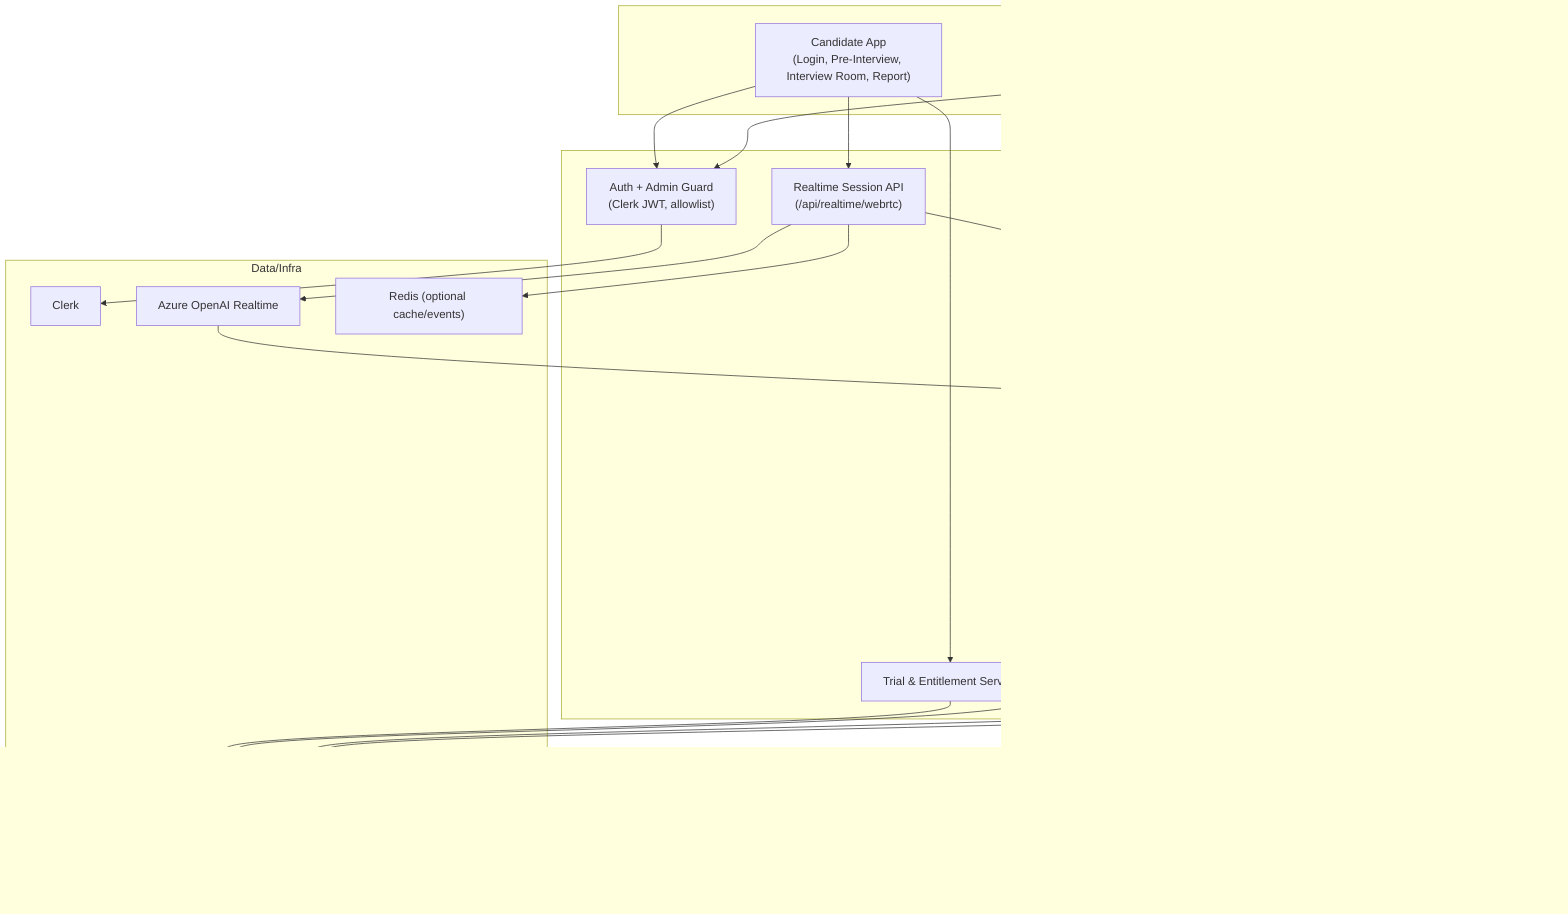
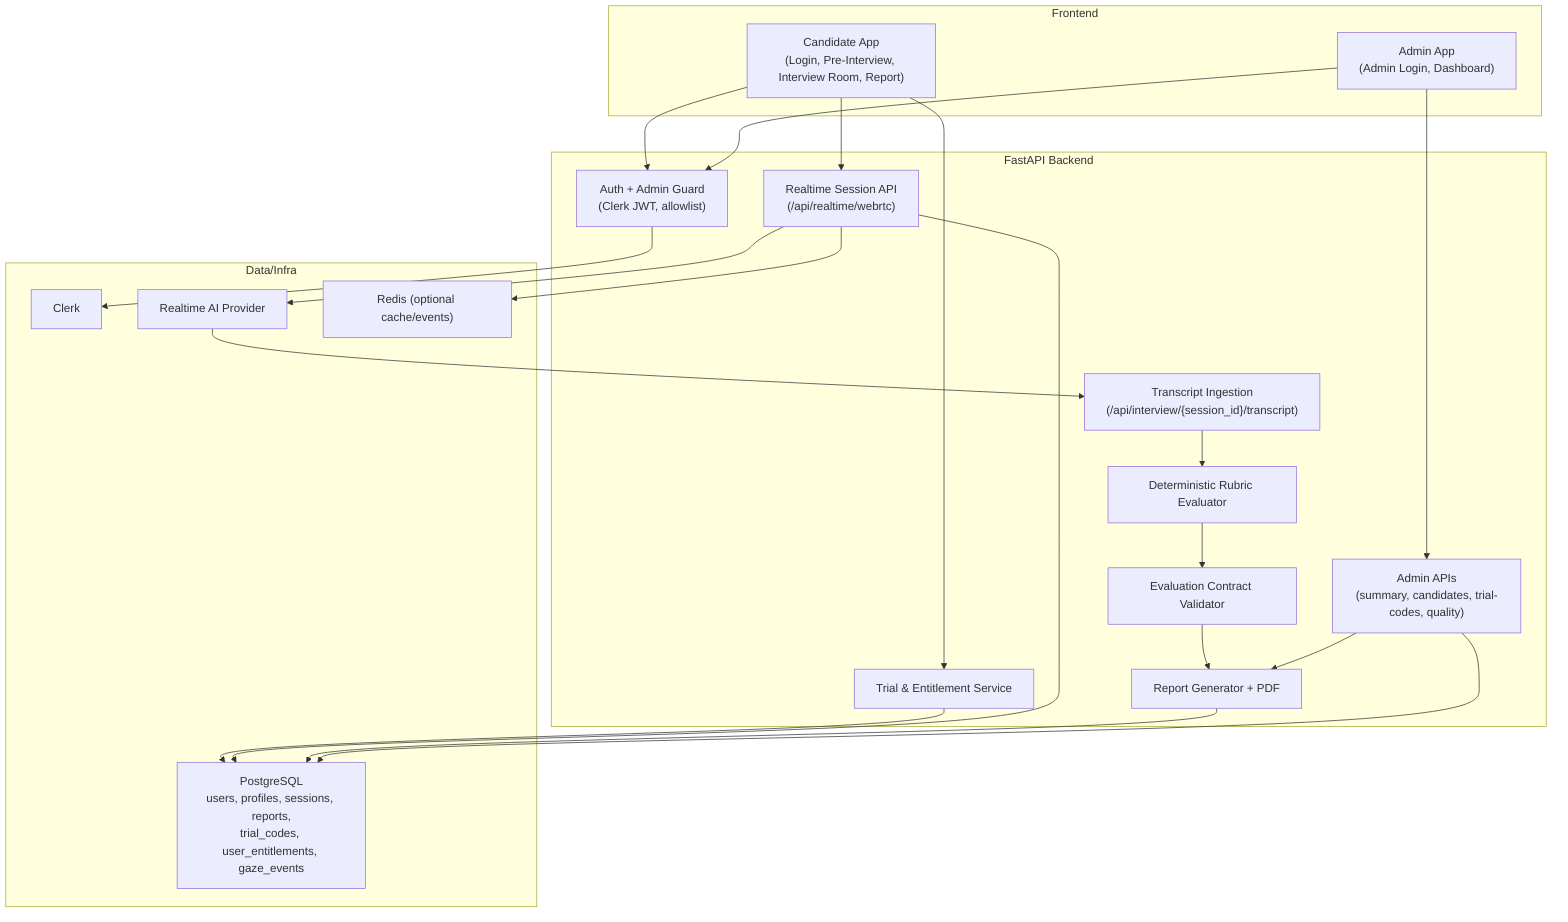
flowchart TB
  subgraph Frontend["Frontend"]
    CandidateUI["Candidate App\n(Login, Pre-Interview, Interview Room, Report)"]
    AdminUI["Admin App\n(Admin Login, Dashboard)"]
  end

  subgraph Backend["FastAPI Backend"]
    Auth["Auth + Admin Guard\n(Clerk JWT, allowlist)"]
    Trial["Trial & Entitlement Service"]
    RTC["Realtime Session API\n(/api/realtime/webrtc)"]
    Ingest["Transcript Ingestion\n(/api/interview/{session_id}/transcript)"]
    Eval["Deterministic Rubric Evaluator"]
    Contract["Evaluation Contract Validator"]
    Report["Report Generator + PDF"]
    AdminAPI["Admin APIs\n(summary, candidates, trial-codes, quality)"]
  end

  subgraph Data["Data/Infra"]
    Clerk["Clerk"]
-     Realtime["Azure OpenAI Realtime"]
-     PG["Azure PostgreSQL\nusers, profiles, sessions, reports,\ntrial_codes, user_entitlements, gaze_events"]
+     Realtime["Realtime AI Provider"]
+     PG["PostgreSQL\nusers, profiles, sessions, reports,\ntrial_codes, user_entitlements, gaze_events"]
    Redis["Redis (optional cache/events)"]
  end

  CandidateUI --> Auth
  AdminUI --> Auth
  Auth --> Clerk

  CandidateUI --> Trial
  Trial --> PG

  CandidateUI --> RTC
  RTC --> Realtime
  RTC --> PG
  RTC --> Redis

  Realtime --> Ingest
  Ingest --> Eval
  Eval --> Contract
  Contract --> Report
  Report --> PG

  AdminUI --> AdminAPI
  AdminAPI --> PG
  AdminAPI --> Report
